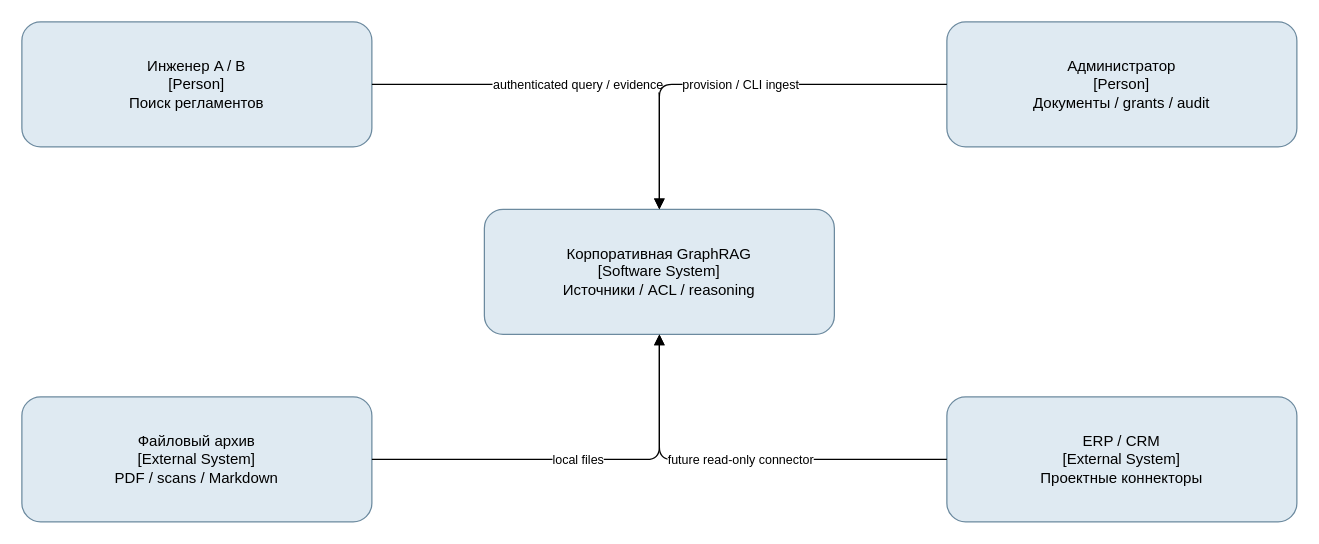
Before: page "C1 | Context: закрытая корпоративная платформа" (1 of 8) of docs/архитектура.drawio in pozvoltezhit/project, a draw.io diagram. Source tidied: cells renumbered, new cells numbered last; positions are measured from the earlier drawing's top-left corner, leaving out a move shared by most shapes. Both pictures are drawn from the tidied source at 125%, with x=0, y=0 at pixel (21, 21).
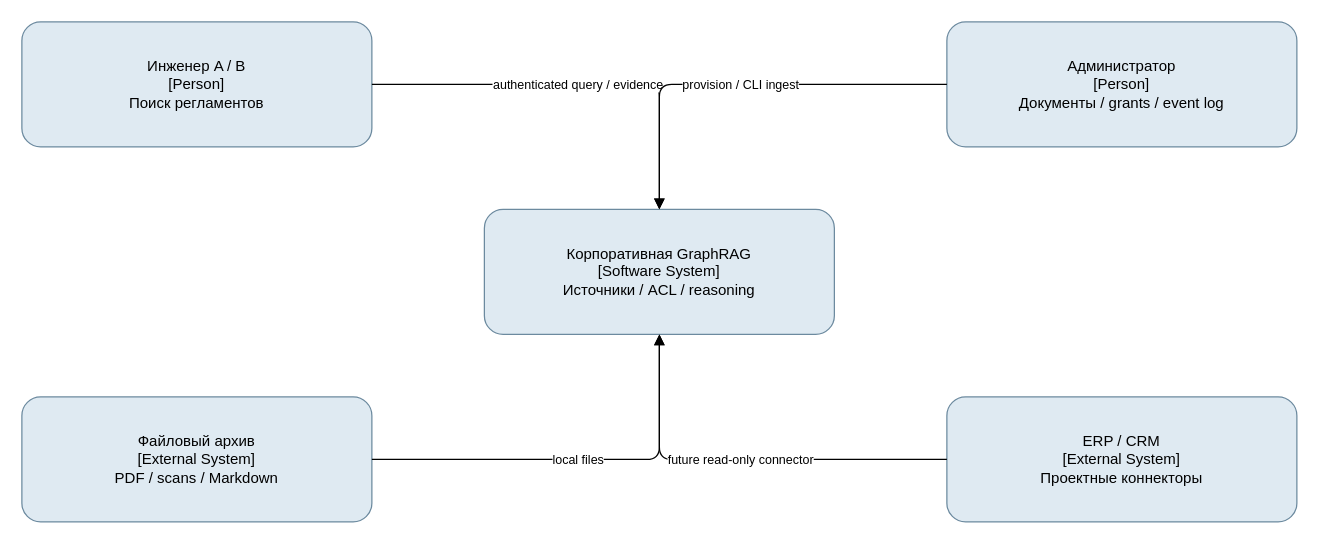
The same diagram, later.

Change to the diagram source:
```diff
@@
 <mxGraphModel>
   <root>
     <mxCell id="0" />
     <mxCell id="1" parent="0" />
     <mxCell id="2" value="Инженер A / B&lt;br&gt;[Person]&lt;br&gt;Поиск регламентов" style="rounded=1;whiteSpace=wrap;html=1;fillColor=#DFEAF2;strokeColor=#6C8A9F;fontSize=12;" parent="1" vertex="1">
       <mxGeometry width="280" height="100" as="geometry" />
     </mxCell>
     <mxCell id="3" value="Корпоративная GraphRAG&lt;br&gt;[Software System]&lt;br&gt;Источники / ACL / reasoning" style="rounded=1;whiteSpace=wrap;html=1;fillColor=#DFEAF2;strokeColor=#6C8A9F;fontSize=12;" parent="1" vertex="1">
       <mxGeometry x="370" y="150" width="280" height="100" as="geometry" />
     </mxCell>
-    <mxCell id="4" value="Администратор&lt;br&gt;[Person]&lt;br&gt;Документы / grants / audit" style="rounded=1;whiteSpace=wrap;html=1;fillColor=#DFEAF2;strokeColor=#6C8A9F;fontSize=12;" parent="1" vertex="1">
+    <mxCell id="4" value="Администратор&lt;br&gt;[Person]&lt;br&gt;Документы / grants / event log" style="rounded=1;whiteSpace=wrap;html=1;fillColor=#DFEAF2;strokeColor=#6C8A9F;fontSize=12;" parent="1" vertex="1">
       <mxGeometry x="740" width="280" height="100" as="geometry" />
     </mxCell>
     <mxCell id="5" value="Файловый архив&lt;br&gt;[External System]&lt;br&gt;PDF / scans / Markdown" style="rounded=1;whiteSpace=wrap;html=1;fillColor=#DFEAF2;strokeColor=#6C8A9F;fontSize=12;" parent="1" vertex="1">
       <mxGeometry y="300" width="280" height="100" as="geometry" />
     </mxCell>
     <mxCell id="6" value="ERP / CRM&lt;br&gt;[External System]&lt;br&gt;Проектные коннекторы" style="rounded=1;whiteSpace=wrap;html=1;fillColor=#DFEAF2;strokeColor=#6C8A9F;fontSize=12;" parent="1" vertex="1">
       <mxGeometry x="740" y="300" width="280" height="100" as="geometry" />
     </mxCell>
     <mxCell id="7" value="authenticated query / evidence" style="edgeStyle=orthogonalEdgeStyle;endArrow=block;html=1;fontSize=10;labelBackgroundColor=#FFFFFF;" parent="1" edge="1" source="2" target="3">
       <mxGeometry relative="1" as="geometry" />
     </mxCell>
     <mxCell id="8" value="provision / CLI ingest" style="edgeStyle=orthogonalEdgeStyle;endArrow=block;html=1;fontSize=10;labelBackgroundColor=#FFFFFF;" parent="1" edge="1" source="4" target="3">
       <mxGeometry relative="1" as="geometry" />
     </mxCell>
     <mxCell id="9" value="local files" style="edgeStyle=orthogonalEdgeStyle;endArrow=block;html=1;fontSize=10;labelBackgroundColor=#FFFFFF;" parent="1" edge="1" source="5" target="3">
       <mxGeometry relative="1" as="geometry" />
     </mxCell>
     <mxCell id="10" value="future read-only connector" style="edgeStyle=orthogonalEdgeStyle;endArrow=block;html=1;fontSize=10;labelBackgroundColor=#FFFFFF;" parent="1" edge="1" source="6" target="3">
       <mxGeometry relative="1" as="geometry" />
     </mxCell>
   </root>
 </mxGraphModel>
```
